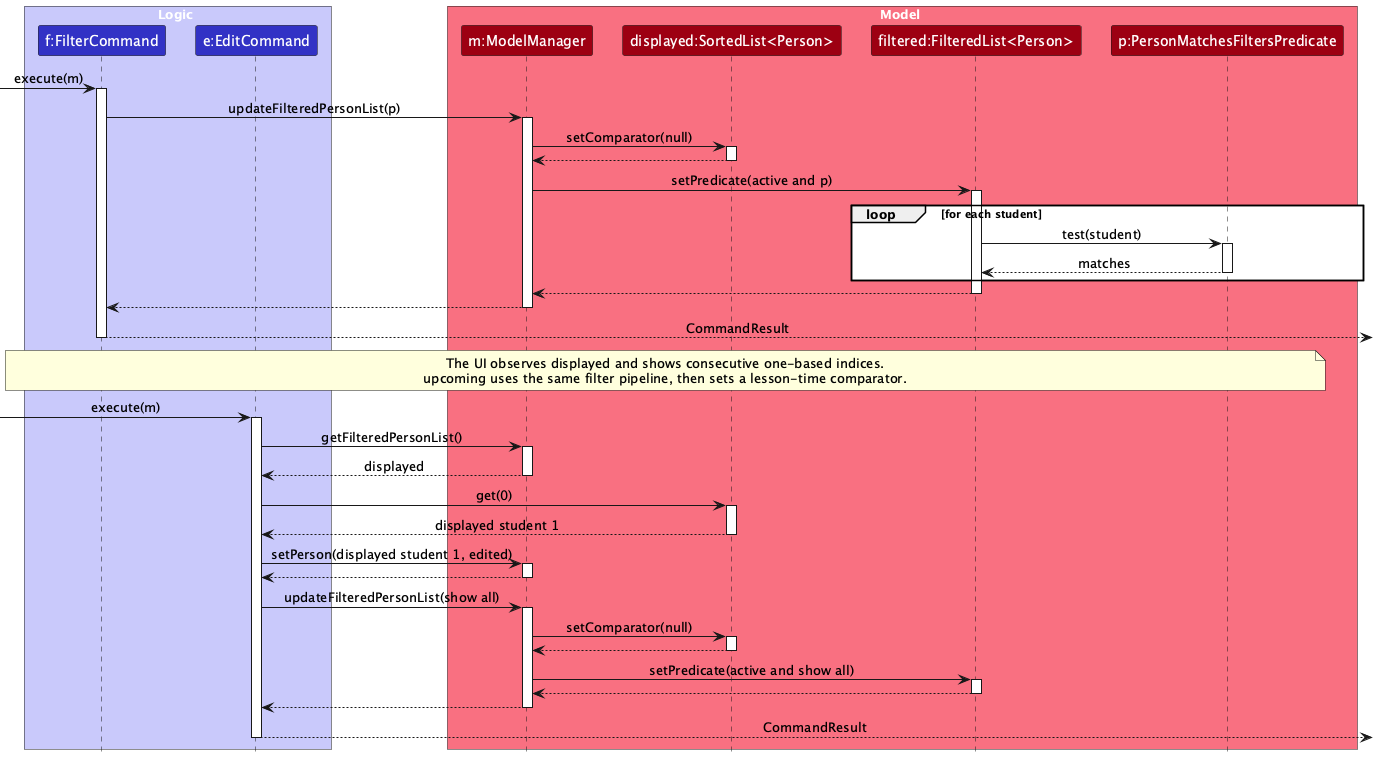
Above: docs/images/QueryResultViewSequenceDiagram.png in AY2627S1-CS2103T-W10-3/tp (PlantUML), before the change.
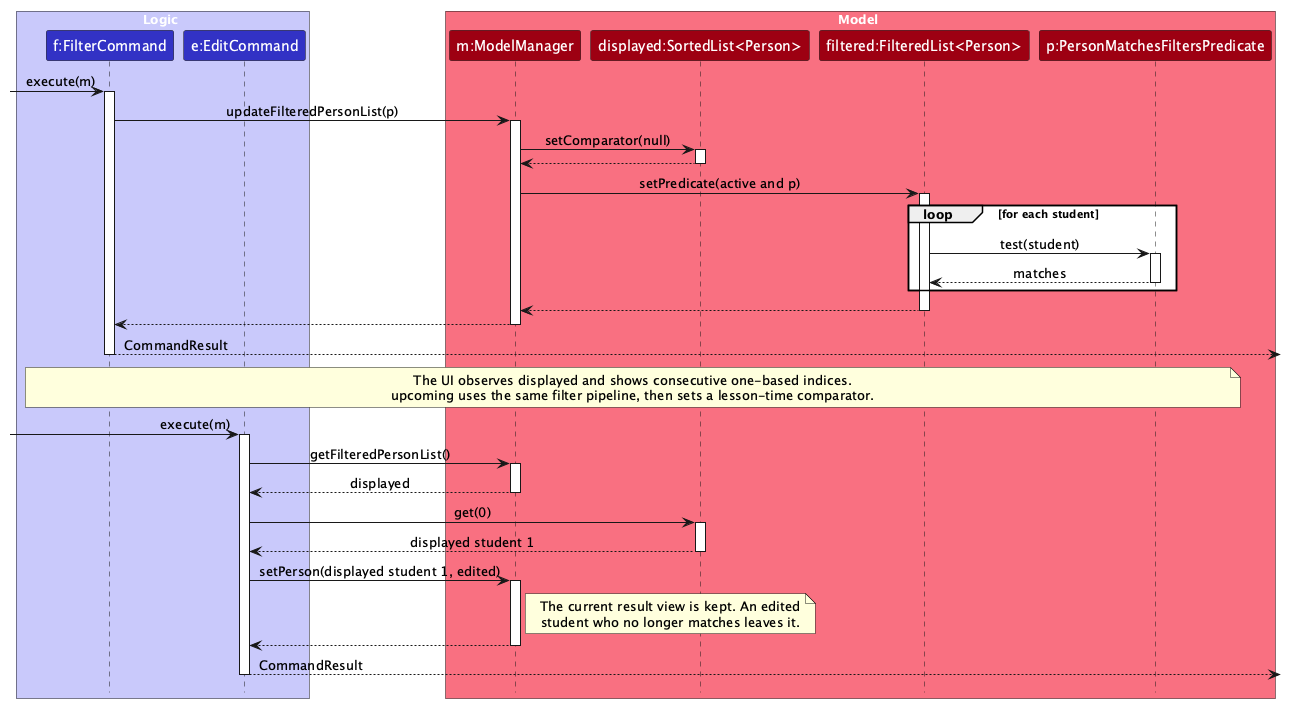
The same file after the commit.

Commit message:
Correct the sequence diagrams

What changed in the source:
```diff
@@ -1,4 +1,5 @@
 @startuml
+!pragma layout smetana
 !include style.puml
 skinparam ArrowFontStyle plain
 
@@ -59,19 +60,10 @@
 
 EditCommand -> ModelManager : setPerson(displayed student 1, edited)
 activate ModelManager
-ModelManager --> EditCommand
-deactivate ModelManager
-
-EditCommand -> ModelManager : updateFilteredPersonList(show all)
-activate ModelManager
-ModelManager -> DisplayedView : setComparator(null)
-activate DisplayedView
-DisplayedView --> ModelManager
-deactivate DisplayedView
-ModelManager -> FilteredView : setPredicate(active and show all)
-activate FilteredView
-FilteredView --> ModelManager
-deactivate FilteredView
+note right of ModelManager
+The current result view is kept. An edited
+student who no longer matches leaves it.
+end note
 ModelManager --> EditCommand
 deactivate ModelManager
 
```
